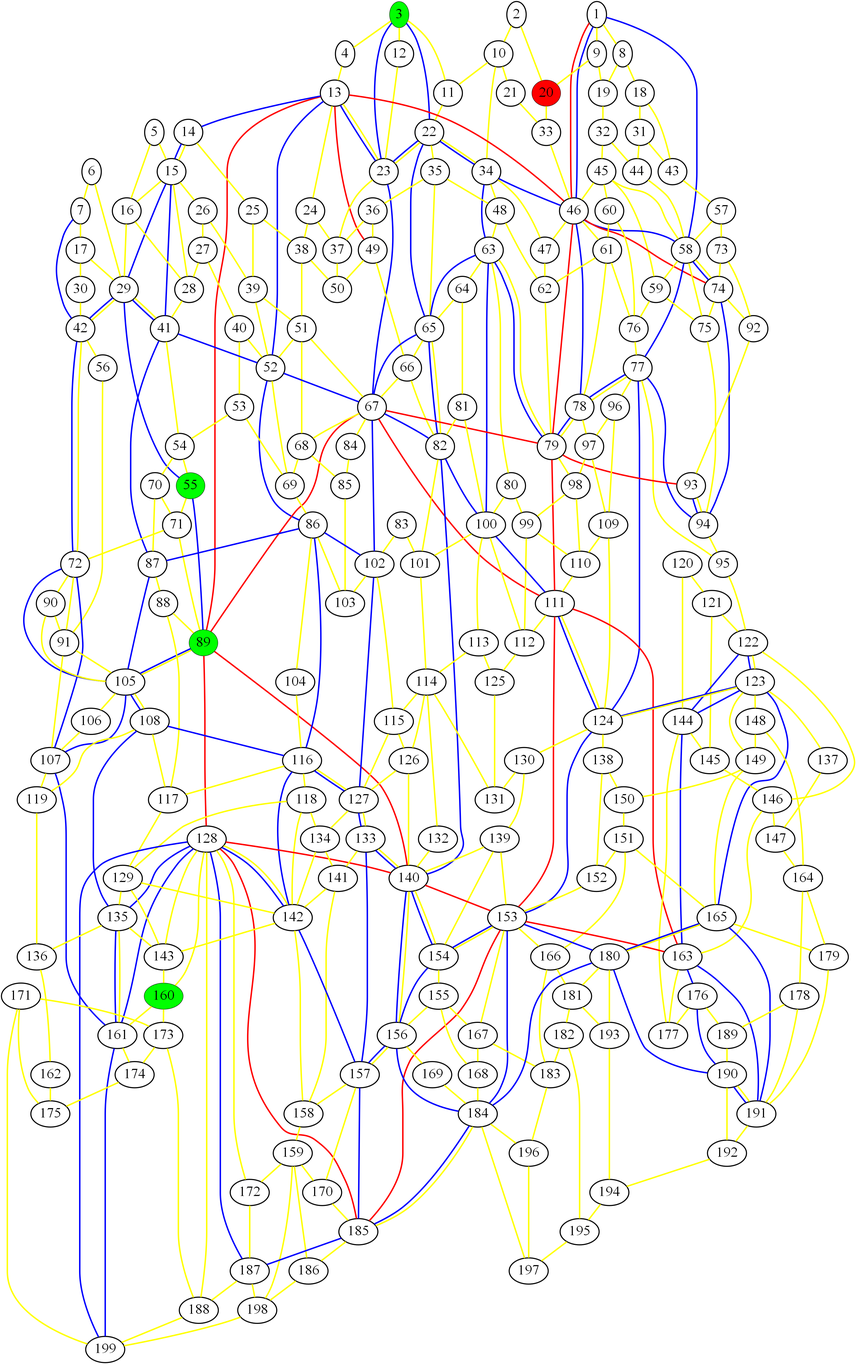
Before: graph_9.png, a diagram exported from Graphviz (ed-churchill/complex-systems-project). Its source is kept beside it as graph_9.gv.
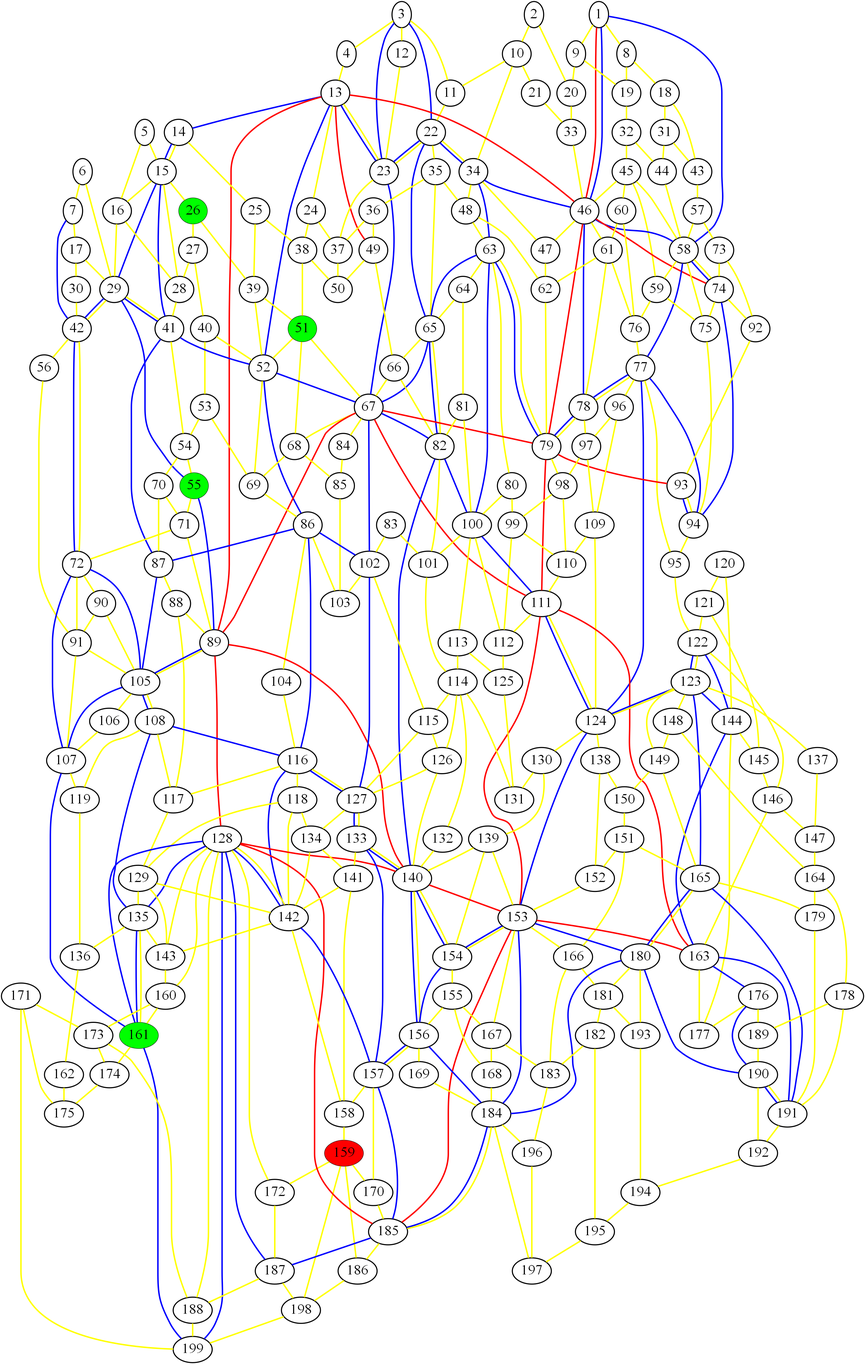
The same diagram one commit later.

Diff of the diagram source:
```diff
@@ -1,11 +1,12 @@
 graph london_graph {
-20 [fillcolor=red, fontsize=40, pendwidth=3, style=filled];
+159 [fillcolor=red, fontsize=40, pendwidth=3, style=filled];
+161 [fillcolor=green, fontsize=40, pendwidth=3, style=filled];
+26 [fillcolor=green, fontsize=40, pendwidth=3, style=filled];
+51 [fillcolor=green, fontsize=40, pendwidth=3, style=filled];
 55 [fillcolor=green, fontsize=40, pendwidth=3, style=filled];
-3 [fillcolor=green, fontsize=40, pendwidth=3, style=filled];
-160 [fillcolor=green, fontsize=40, pendwidth=3, style=filled];
-89 [fillcolor=green, fontsize=40, pendwidth=3, style=filled];
 1 [fontsize=40, penwidth=3];
 2 [fontsize=40, penwidth=3];
+3 [fontsize=40, penwidth=3];
 4 [fontsize=40, penwidth=3];
 5 [fontsize=40, penwidth=3];
 6 [fontsize=40, penwidth=3];
@@ -22,12 +23,12 @@
 17 [fontsize=40, penwidth=3];
 18 [fontsize=40, penwidth=3];
 19 [fontsize=40, penwidth=3];
+20 [fontsize=40, penwidth=3];
 21 [fontsize=40, penwidth=3];
 22 [fontsize=40, penwidth=3];
 23 [fontsize=40, penwidth=3];
 24 [fontsize=40, penwidth=3];
 25 [fontsize=40, penwidth=3];
-26 [fontsize=40, penwidth=3];
 27 [fontsize=40, penwidth=3];
 28 [fontsize=40, penwidth=3];
 29 [fontsize=40, penwidth=3];
@@ -52,7 +53,6 @@
 48 [fontsize=40, penwidth=3];
 49 [fontsize=40, penwidth=3];
 50 [fontsize=40, penwidth=3];
-51 [fontsize=40, penwidth=3];
 52 [fontsize=40, penwidth=3];
 53 [fontsize=40, penwidth=3];
 54 [fontsize=40, penwidth=3];
@@ -89,6 +89,7 @@
 86 [fontsize=40, penwidth=3];
 87 [fontsize=40, penwidth=3];
 88 [fontsize=40, penwidth=3];
+89 [fontsize=40, penwidth=3];
 90 [fontsize=40, penwidth=3];
 91 [fontsize=40, penwidth=3];
 92 [fontsize=40, penwidth=3];
@@ -158,8 +159,7 @@
 156 [fontsize=40, penwidth=3];
 157 [fontsize=40, penwidth=3];
 158 [fontsize=40, penwidth=3];
-159 [fontsize=40, penwidth=3];
-161 [fontsize=40, penwidth=3];
+160 [fontsize=40, penwidth=3];
 162 [fontsize=40, penwidth=3];
 163 [fontsize=40, penwidth=3];
 164 [fontsize=40, penwidth=3];
```
